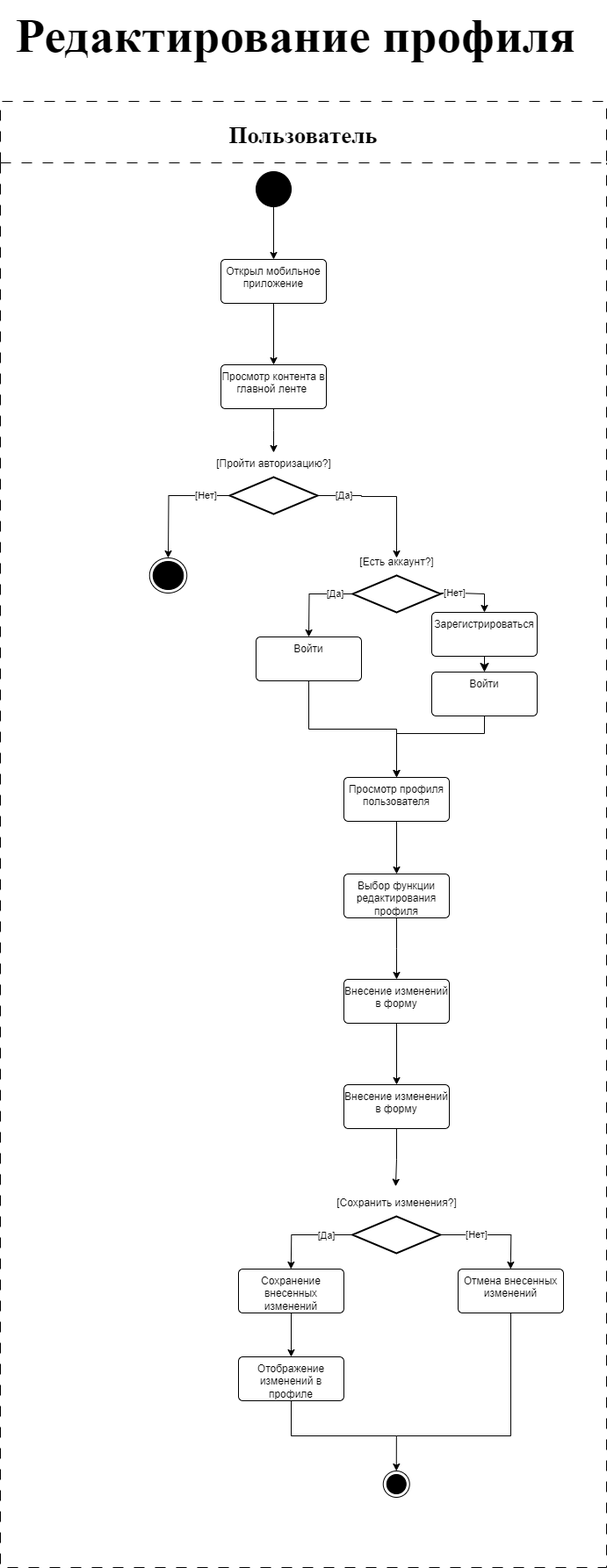
Earlier version of the draw.io export diagrams/activity-profile-redact.png (SazonovAlexander/9.1-TikTalk). Source tidied: cells renumbered, new cells last; positions are measured from the earlier drawing's top-left corner, leaving out a move shared by most shapes.
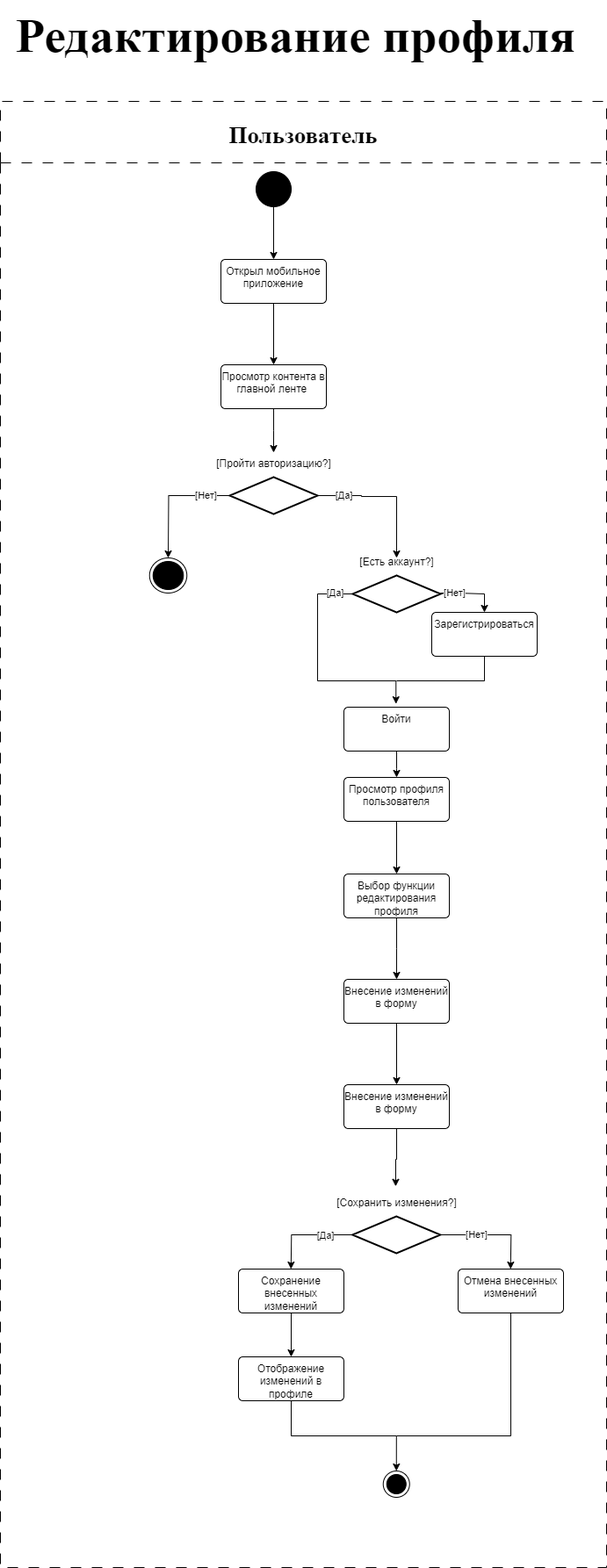
Later version of the same file.

The edit, as a diff of the source:
```diff
@@ -51,13 +51,19 @@
     <mxCell id="13" style="strokeWidth=2;html=1;shape=mxgraph.flowchart.decision;whiteSpace=wrap;" parent="1" vertex="1">
       <mxGeometry x="261" y="543" width="100" height="42" as="geometry" />
     </mxCell>
-    <mxCell id="14" style="edgeStyle=orthogonalEdgeStyle;rounded=0;jettySize=auto;html=1;" parent="1" edge="1" source="18">
+    <mxCell id="14" style="edgeStyle=orthogonalEdgeStyle;rounded=0;jettySize=auto;html=1;entryX=0.494;entryY=-0.077;entryDx=0;entryDy=0;entryPerimeter=0;" parent="1" edge="1" source="18" target="48">
       <mxGeometry relative="1" as="geometry">
-        <mxPoint x="351" y="725" as="targetPoint" />
+        <Array as="points">
+          <mxPoint x="361" y="676" />
+          <mxPoint x="361" y="775" />
+          <mxPoint x="450" y="775" />
+        </Array>
       </mxGeometry>
     </mxCell>
     <mxCell id="15" value="[Да]" style="edgeLabel;html=1;align=center;verticalAlign=middle;" parent="14" vertex="1">
-      <mxGeometry x="-0.58" relative="1" as="geometry" />
+      <mxGeometry x="-0.58" relative="1" as="geometry">
+        <mxPoint x="20" y="-15" as="offset" />
+      </mxGeometry>
     </mxCell>
     <mxCell id="16" style="edgeStyle=orthogonalEdgeStyle;rounded=0;jettySize=auto;html=1;entryX=0.5;entryY=0;entryDx=0;entryDy=0;" parent="1" edge="1" source="18" target="47">
       <mxGeometry relative="1" as="geometry">
@@ -79,20 +85,6 @@
     <mxCell id="19" value="[Есть аккаунт?]" style="text;html=1;align=center;verticalAlign=middle;strokeColor=none;fillColor=none;" parent="1" vertex="1">
       <mxGeometry x="396" y="625" width="110" height="30" as="geometry" />
     </mxCell>
-    <mxCell id="20" style="edgeStyle=orthogonalEdgeStyle;rounded=0;jettySize=auto;html=1;entryX=0.5;entryY=0;entryDx=0;entryDy=0;" parent="1" edge="1" source="21" target="24">
-      <mxGeometry relative="1" as="geometry" />
-    </mxCell>
-    <mxCell id="21" value="Войти" style="whiteSpace=wrap;html=1;verticalAlign=top;rounded=1;arcSize=10;dashed=0;" parent="1" vertex="1">
-      <mxGeometry x="291" y="725" width="120" height="50" as="geometry" />
-    </mxCell>
-    <mxCell id="22" style="edgeStyle=orthogonalEdgeStyle;rounded=0;jettySize=auto;html=1;entryX=0.5;entryY=0;entryDx=0;entryDy=0;exitX=0.5;exitY=1;exitDx=0;exitDy=0;" parent="1" edge="1" source="48" target="24">
-      <mxGeometry relative="1" as="geometry">
-        <Array as="points">
-          <mxPoint x="551" y="835" />
-          <mxPoint x="451" y="835" />
-        </Array>
-      </mxGeometry>
-    </mxCell>
     <mxCell id="23" style="edgeStyle=orthogonalEdgeStyle;rounded=0;jettySize=auto;html=1;entryX=0.5;entryY=0;entryDx=0;entryDy=0;" parent="1" edge="1" source="24" target="26">
       <mxGeometry relative="1" as="geometry" />
     </mxCell>
@@ -183,14 +175,24 @@
     <mxCell id="45" style="ellipse;html=1;shape=endState;fillColor=strokeColor;" parent="27" vertex="1">
       <mxGeometry x="169.8" y="520" width="42.5" height="40" as="geometry" />
     </mxCell>
-    <mxCell id="46" style="edgeStyle=none;curved=1;rounded=0;jettySize=auto;html=1;entryX=0.5;entryY=0;entryDx=0;entryDy=0;fontSize=12;startSize=8;endSize=8;" parent="27" edge="1" source="47" target="48">
-      <mxGeometry relative="1" as="geometry" />
-    </mxCell>
+    <mxCell id="50" style="edgeStyle=orthogonalEdgeStyle;rounded=0;jettySize=auto;html=1;endArrow=none;endFill=0;" parent="27" edge="1" source="47">
+      <mxGeometry relative="1" as="geometry">
+        <mxPoint x="451" y="660" as="targetPoint" />
+        <Array as="points">
+          <mxPoint x="551" y="660" />
+        </Array>
+      </mxGeometry>
+    </mxCell>
     <mxCell id="47" value="Зарегистрироваться" style="whiteSpace=wrap;html=1;verticalAlign=top;rounded=1;arcSize=10;dashed=0;" parent="27" vertex="1">
       <mxGeometry x="491" y="582" width="120" height="50" as="geometry" />
     </mxCell>
+    <mxCell id="51" style="edgeStyle=orthogonalEdgeStyle;rounded=0;jettySize=auto;html=1;" parent="27" edge="1" source="48">
+      <mxGeometry relative="1" as="geometry">
+        <mxPoint x="451" y="770" as="targetPoint" />
+      </mxGeometry>
+    </mxCell>
     <mxCell id="48" value="Войти" style="whiteSpace=wrap;html=1;verticalAlign=top;rounded=1;arcSize=10;dashed=0;" parent="27" vertex="1">
-      <mxGeometry x="491" y="650" width="120" height="50" as="geometry" />
+      <mxGeometry x="391" y="690" width="120" height="50" as="geometry" />
     </mxCell>
     <mxCell id="49" value="Редактирование профиля" style="text;html=1;align=center;verticalAlign=middle;strokeColor=none;fillColor=none;fontFamily=Times New Roman;fontSize=55;fontStyle=1;" parent="1" vertex="1">
       <mxGeometry x="31" width="610" height="80" as="geometry" />
```
